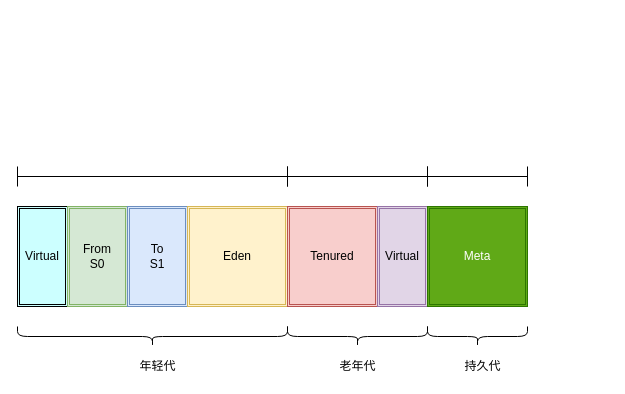
Earlier version of the draw.io diagram Untitled Diagram.drawio (July-Rain/file). Source tidied: cells renumbered, new cells numbered last; positions are measured from the earlier drawing's top-left corner, leaving out a move shared by most shapes. Both pictures are drawn from the tidied source at 100%, with x=0, y=0 at pixel (17, 166).
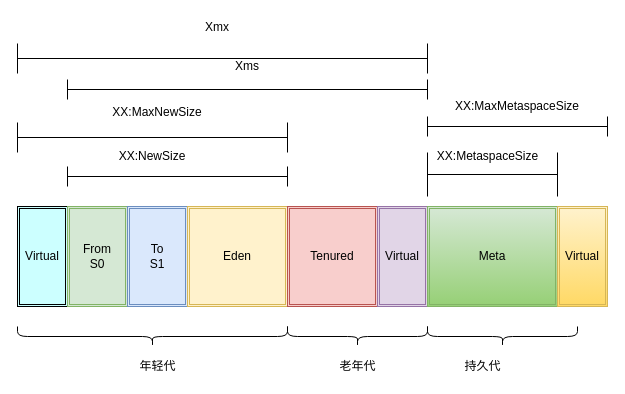
After the change.

What changed in the source:
```diff
@@
     <mxCell id="8" style="shape=crossbar;whiteSpace=wrap;html=1;rounded=1;" parent="1" vertex="1">
-      <mxGeometry width="270" height="20" as="geometry" />
+      <mxGeometry x="50" width="220" height="20" as="geometry" />
     </mxCell>
-    <mxCell id="9" style="shape=crossbar;whiteSpace=wrap;html=1;rounded=1;" parent="1" vertex="1">
-      <mxGeometry x="270" width="140" height="20" as="geometry" />
-    </mxCell>
-    <mxCell id="10" value="Meta" style="shape=ext;double=1;rounded=0;whiteSpace=wrap;html=1;fillColor=#60a917;strokeColor=#2D7600;fontColor=#ffffff;" parent="1" vertex="1">
-      <mxGeometry x="410" y="40" width="100" height="100" as="geometry" />
+    <mxCell id="10" value="Meta" style="shape=ext;double=1;rounded=0;whiteSpace=wrap;html=1;fillColor=#d5e8d4;strokeColor=#82b366;gradientColor=#97d077;" parent="1" vertex="1">
+      <mxGeometry x="410" y="40" width="130" height="100" as="geometry" />
     </mxCell>
-    <mxCell id="11" style="shape=crossbar;whiteSpace=wrap;html=1;rounded=1;" parent="1" vertex="1">
-      <mxGeometry x="410" width="100" height="20" as="geometry" />
-    </mxCell>
@@
     <mxCell id="16" style="shape=curlyBracket;whiteSpace=wrap;html=1;rounded=1;flipH=1;fillColor=#CCFFFF;direction=north;" parent="1" vertex="1">
-      <mxGeometry x="410" y="160" width="100" height="20" as="geometry" />
+      <mxGeometry x="410" y="160" width="150" height="20" as="geometry" />
     </mxCell>
@@
+    <mxCell id="18" value="XX:NewSize" style="text;html=1;strokeColor=none;fillColor=none;align=center;verticalAlign=middle;whiteSpace=wrap;rounded=0;" parent="1" vertex="1">
+      <mxGeometry x="115" y="-20" width="40" height="20" as="geometry" />
+    </mxCell>
+    <mxCell id="19" style="shape=crossbar;whiteSpace=wrap;html=1;rounded=1;" parent="1" vertex="1">
+      <mxGeometry y="-44" width="270" height="30" as="geometry" />
+    </mxCell>
+    <mxCell id="20" value="XX:MaxNewSize" style="text;html=1;strokeColor=none;fillColor=none;align=center;verticalAlign=middle;whiteSpace=wrap;rounded=0;" parent="1" vertex="1">
+      <mxGeometry x="120" y="-64" width="40" height="20" as="geometry" />
+    </mxCell>
+    <mxCell id="21" style="shape=crossbar;whiteSpace=wrap;html=1;rounded=1;fillColor=#CCFFFF;" parent="1" vertex="1">
+      <mxGeometry x="50" y="-87" width="360" height="20" as="geometry" />
+    </mxCell>
+    <mxCell id="22" value="Xms" style="text;html=1;strokeColor=none;fillColor=none;align=center;verticalAlign=middle;whiteSpace=wrap;rounded=0;" parent="1" vertex="1">
+      <mxGeometry x="210" y="-110" width="40" height="20" as="geometry" />
+    </mxCell>
+    <mxCell id="23" style="shape=crossbar;whiteSpace=wrap;html=1;rounded=1;fillColor=#CCFFFF;" parent="1" vertex="1">
+      <mxGeometry y="-123" width="410" height="30" as="geometry" />
+    </mxCell>
+    <mxCell id="24" value="Xmx" style="text;html=1;strokeColor=none;fillColor=none;align=center;verticalAlign=middle;whiteSpace=wrap;rounded=0;" parent="1" vertex="1">
+      <mxGeometry x="180" y="-149" width="40" height="20" as="geometry" />
+    </mxCell>
+    <mxCell id="25" value="Virtual" style="shape=ext;double=1;rounded=0;whiteSpace=wrap;html=1;fillColor=#fff2cc;gradientColor=#ffd966;strokeColor=#d6b656;" parent="1" vertex="1">
+      <mxGeometry x="540" y="40" width="50" height="100" as="geometry" />
+    </mxCell>
+    <mxCell id="26" style="shape=crossbar;whiteSpace=wrap;html=1;rounded=1;fillColor=#CCFFFF;" parent="1" vertex="1">
+      <mxGeometry x="410" y="-14" width="130" height="44" as="geometry" />
+    </mxCell>
+    <mxCell id="27" value="XX:MetaspaceSize" style="text;html=1;align=center;verticalAlign=middle;strokeColor=none;" parent="1" vertex="1">
+      <mxGeometry x="410" y="-20" width="120" height="20" as="geometry" />
+    </mxCell>
+    <mxCell id="28" style="shape=crossbar;whiteSpace=wrap;html=1;rounded=1;fillColor=#CCFFFF;" parent="1" vertex="1">
+      <mxGeometry x="410" y="-50" width="180" height="20" as="geometry" />
+    </mxCell>
+    <mxCell id="29" value="XX:MaxMetaspaceSize" style="text;html=1;strokeColor=none;fillColor=none;align=center;verticalAlign=middle;whiteSpace=wrap;rounded=0;" parent="1" vertex="1">
+      <mxGeometry x="480" y="-70" width="40" height="20" as="geometry" />
+    </mxCell>
```
